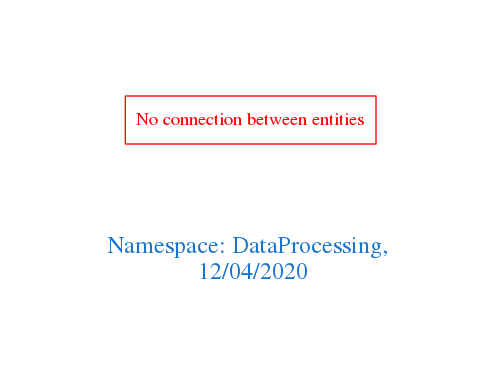
Earlier version of the Graphviz export downloads/DataProcessing.png (arago/OGIT). Its source is kept beside it as downloads/DataProcessing.dot.
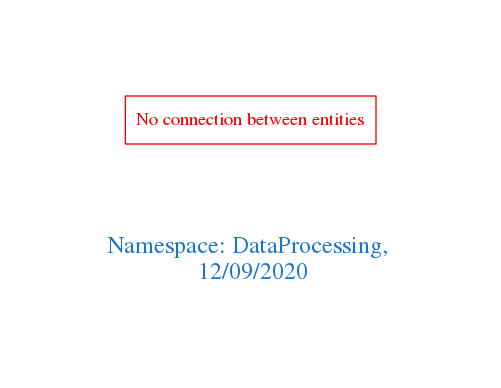
After the commit.

The edit, as a diff of the source:
```diff
@@ -1,7 +1,7 @@
 digraph OGIT_ontology {
  graph [ rankdir= LR,pad=1
 fontsize = 18,
-fontcolor= dodgerblue3,label = "\n\n\nNamespace: DataProcessing, \n 12/04/2020"];
+fontcolor= dodgerblue3,label = "\n\n\nNamespace: DataProcessing, \n 12/09/2020"];
 node[shape=polygon];
 edge [  color="gray81"];
 
```
